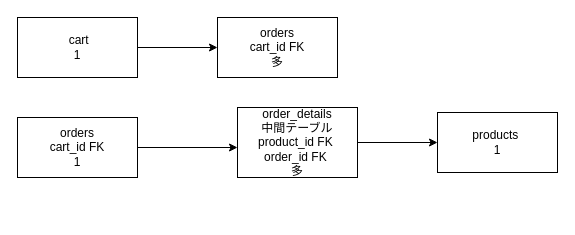
Above: checkout.drawio in okuyama-code/rails_EC (draw.io), before the change. Source tidied: cells renumbered, new cells numbered last; positions are measured from the earlier drawing's top-left corner, leaving out a move shared by most shapes. Both pictures are drawn from the tidied source at 100%, with x=0, y=0 at pixel (17, 17).
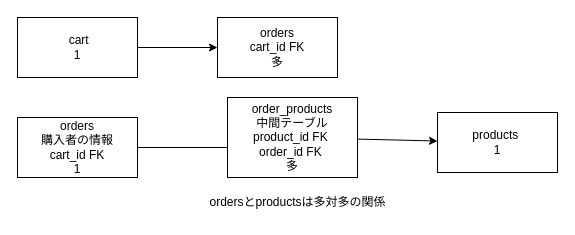
The same page after the edit.

Diff of the diagram source:
```diff
@@
 <mxGraphModel>
   <root>
     <mxCell id="0" />
     <mxCell id="1" parent="0" />
     <mxCell id="2" style="edgeStyle=none;html=1;" parent="1" edge="1" source="3" target="4">
       <mxGeometry relative="1" as="geometry" />
     </mxCell>
     <mxCell id="3" value="&amp;nbsp;cart&lt;br&gt;1" style="rounded=0;whiteSpace=wrap;html=1;" parent="1" vertex="1">
       <mxGeometry width="120" height="60" as="geometry" />
     </mxCell>
     <mxCell id="4" value="orders&lt;br&gt;cart_id FK&lt;br&gt;多" style="rounded=0;whiteSpace=wrap;html=1;" parent="1" vertex="1">
       <mxGeometry x="200" width="120" height="60" as="geometry" />
     </mxCell>
     <mxCell id="5" style="edgeStyle=none;html=1;" parent="1" edge="1" source="6">
       <mxGeometry relative="1" as="geometry">
         <mxPoint x="220" y="130" as="targetPoint" />
       </mxGeometry>
     </mxCell>
-    <mxCell id="6" value="orders&lt;br&gt;cart_id FK&lt;br&gt;1" style="rounded=0;whiteSpace=wrap;html=1;" parent="1" vertex="1">
+    <mxCell id="6" value="orders&lt;br&gt;購入者の情報&lt;br&gt;cart_id FK&lt;br&gt;1" style="rounded=0;whiteSpace=wrap;html=1;" parent="1" vertex="1">
       <mxGeometry y="100" width="120" height="60" as="geometry" />
     </mxCell>
     <mxCell id="7" style="edgeStyle=none;html=1;" parent="1" edge="1" source="8" target="9">
       <mxGeometry relative="1" as="geometry" />
     </mxCell>
-    <mxCell id="8" value="order_details&lt;br&gt;中間テーブル&lt;br&gt;product_id FK&amp;nbsp;&lt;br&gt;order_id FK&amp;nbsp;&lt;br&gt;多" style="rounded=0;whiteSpace=wrap;html=1;" parent="1" vertex="1">
-      <mxGeometry x="220" y="90" width="120" height="70" as="geometry" />
+    <mxCell id="8" value="order_products&lt;br&gt;中間テーブル&lt;br&gt;product_id FK&amp;nbsp;&lt;br&gt;order_id FK&amp;nbsp;&lt;br&gt;多" style="rounded=0;whiteSpace=wrap;html=1;" parent="1" vertex="1">
+      <mxGeometry x="210" y="80" width="130" height="80" as="geometry" />
     </mxCell>
     <mxCell id="9" value="products&amp;nbsp;&lt;br&gt;1" style="whiteSpace=wrap;html=1;rounded=0;" parent="1" vertex="1">
       <mxGeometry x="420" y="95" width="120" height="60" as="geometry" />
     </mxCell>
+    <mxCell id="10" value="ordersとproductsは多対多の関係&lt;br&gt;" style="text;html=1;align=center;verticalAlign=middle;strokeColor=none;fillColor=none;" parent="1" vertex="1">
+      <mxGeometry x="180" y="170" width="200" height="30" as="geometry" />
+    </mxCell>
   </root>
 </mxGraphModel>
```
